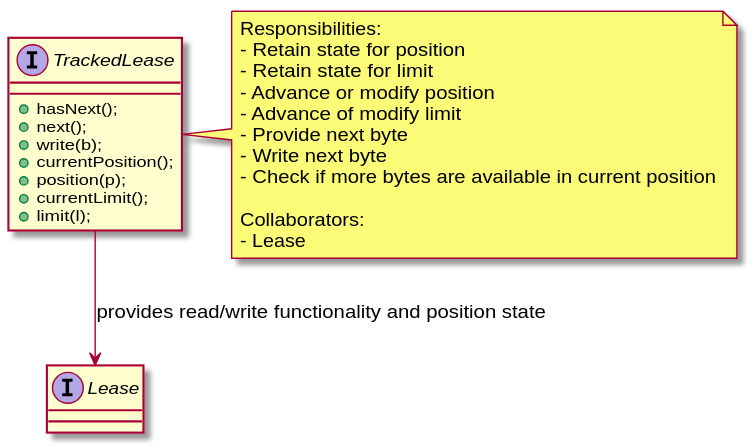
Earlier version of the PlantUML export docs/main/doxygen/inline_umlgraph_6.svg (teragrep/buf_01).
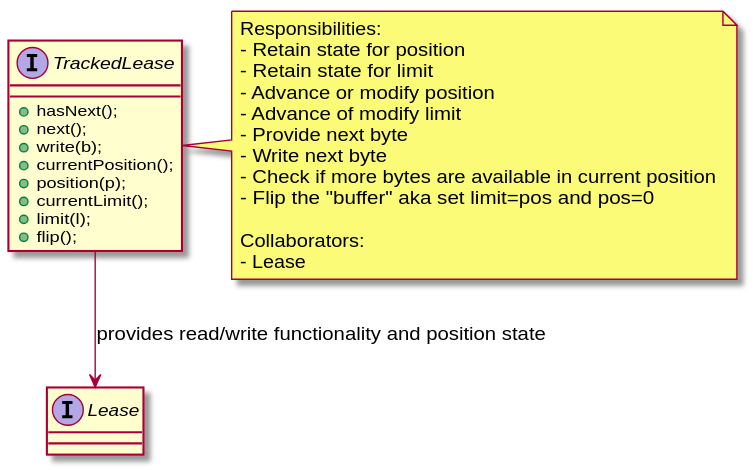
Later version of the same file.

Change to the diagram source:
```diff
@@ -8,6 +8,7 @@
 + position(p);
 + currentLimit();
 + limit(l);
++ flip();
 }
 
 TrackedLease --> Lease : provides read/write functionality and position state
@@ -21,6 +22,7 @@
 - Provide next byte
 - Write next byte
 - Check if more bytes are available in current position
+- Flip the "buffer" aka set limit=pos and pos=0
 
 Collaborators:
 - Lease
```
